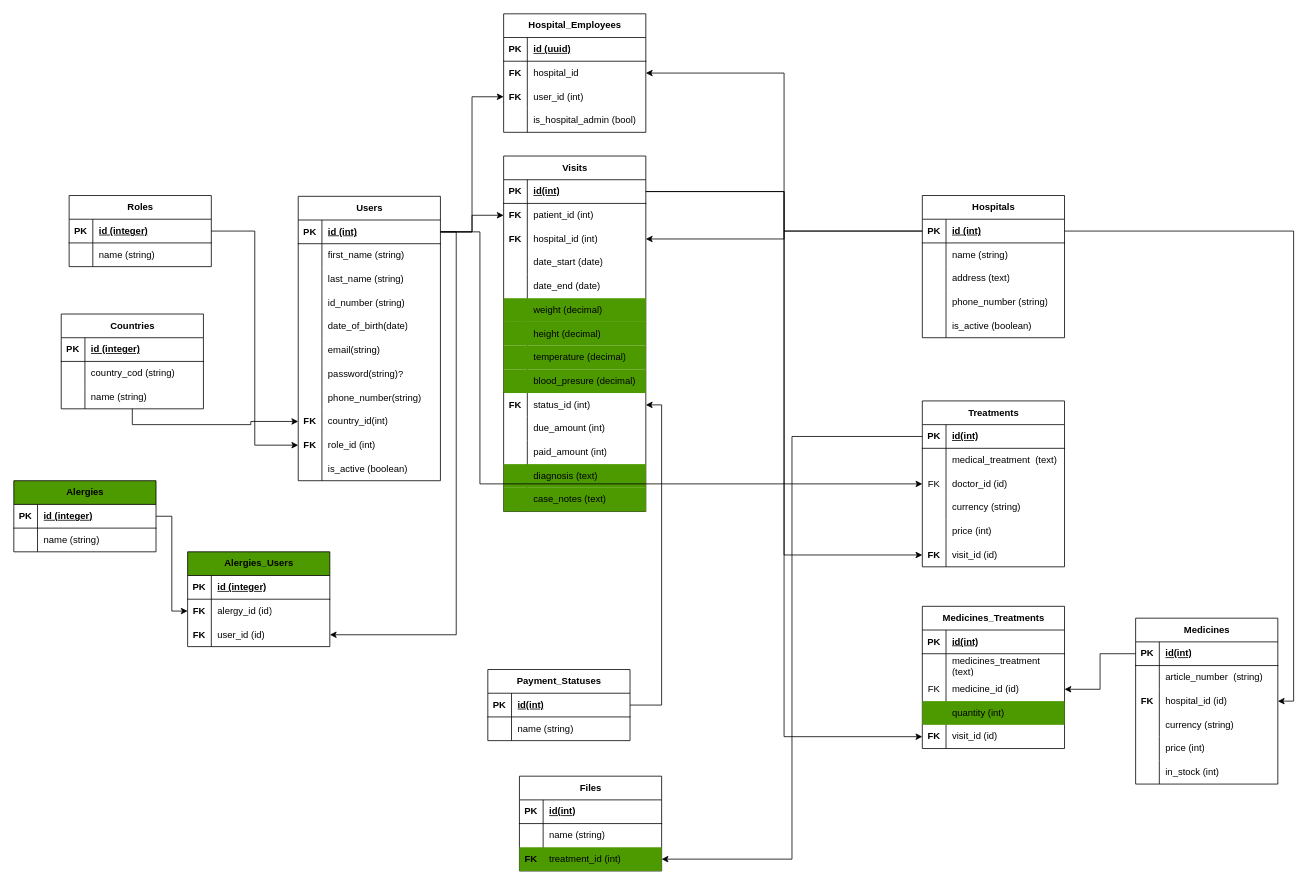
The draw.io diagram Untitled Diagram.drawio in fao30/hospital-management-be, before the edit. Source tidied: cells renumbered, new cells numbered last; positions are measured from the earlier drawing's top-left corner, leaving out a move shared by most shapes. Both pictures are drawn from the tidied source at 79%, with x=0, y=0 at pixel (13, 13).
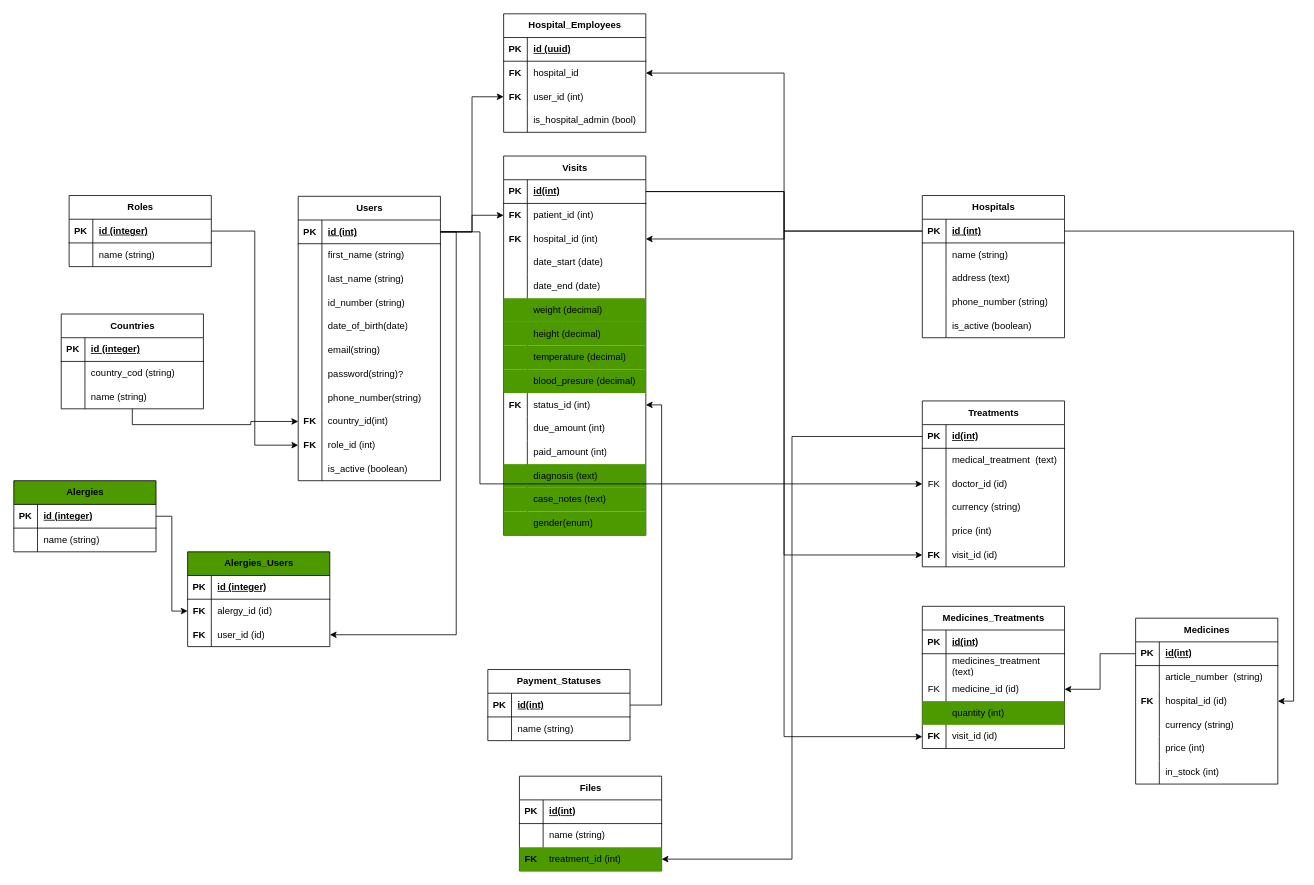
The same page after the edit.

What changed in the source:
```diff
@@
     <mxCell id="71" value="Visits" style="shape=table;startSize=30;childLayout=tableLayout;rowLines=0;fontStyle=1;align=center;html=1;" parent="1" vertex="1">
-      <mxGeometry x="620" y="180" width="180" height="450" as="geometry" />
+      <mxGeometry x="620" y="180" width="180" height="480" as="geometry" />
     </mxCell>
@@
+    <mxCell id="228" style="shape=tableRow;horizontal=0;startSize=0;swimlaneHead=0;swimlaneBody=0;fillColor=#4D9900;top=0;left=0;right=0;bottom=0;" parent="71" vertex="1">
+      <mxGeometry y="450" width="180" height="30" as="geometry" />
+    </mxCell>
+    <mxCell id="229" style="shape=partialRectangle;fillColor=none;top=0;left=0;bottom=0;right=0;overflow=hidden;whiteSpace=wrap;html=1;" parent="228" vertex="1">
+      <mxGeometry width="30" height="30" as="geometry" />
+    </mxCell>
+    <mxCell id="230" value="gender(enum)" style="shape=partialRectangle;fillColor=none;top=0;left=0;bottom=0;right=0;align=left;spacingLeft=6;overflow=hidden;whiteSpace=wrap;html=1;" parent="228" vertex="1">
+      <mxGeometry x="30" width="150" height="30" as="geometry" />
+    </mxCell>
```
